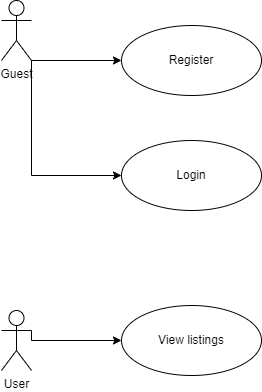
Above: docs/diagrams/use-cases.drawio.png in taurasbear/automotive-marketplace (draw.io), before the change. Source tidied: cells renumbered, new cells last; positions are measured from the earlier drawing's top-left corner, leaving out a move shared by most shapes.
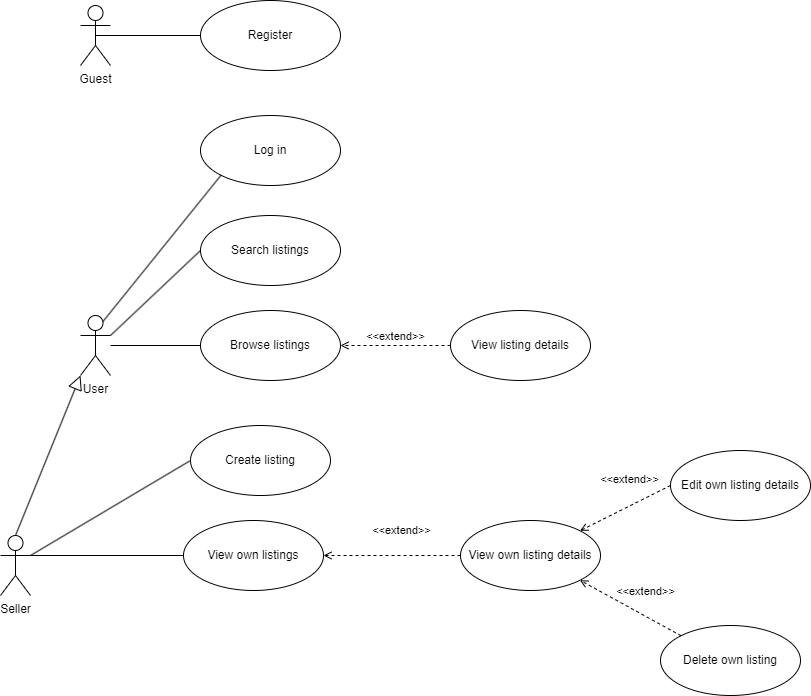
The same diagram one commit later.

Commit message:
Updated use-case diagram with more use-cases and actors.

Diff of the diagram source:
```diff
@@ -2,37 +2,79 @@
   <root>
     <mxCell id="0" />
     <mxCell id="1" parent="0" />
-    <mxCell id="2" style="edgeStyle=orthogonalEdgeStyle;rounded=0;jettySize=auto;html=1;exitX=1;exitY=1;exitDx=0;exitDy=0;exitPerimeter=0;" parent="1" edge="1" source="4" target="5">
-      <mxGeometry relative="1" as="geometry">
-        <Array as="points">
-          <mxPoint x="30" y="60" />
-        </Array>
-      </mxGeometry>
-    </mxCell>
-    <mxCell id="3" style="edgeStyle=orthogonalEdgeStyle;rounded=0;jettySize=auto;html=1;exitX=1;exitY=1;exitDx=0;exitDy=0;exitPerimeter=0;entryX=0;entryY=0.5;entryDx=0;entryDy=0;" parent="1" edge="1" source="4" target="6">
-      <mxGeometry relative="1" as="geometry" />
-    </mxCell>
     <mxCell id="4" value="Guest" style="shape=umlActor;verticalLabelPosition=bottom;verticalAlign=top;html=1;outlineConnect=0;" parent="1" vertex="1">
       <mxGeometry width="30" height="60" as="geometry" />
     </mxCell>
     <mxCell id="5" value="Register" style="ellipse;whiteSpace=wrap;html=1;" parent="1" vertex="1">
-      <mxGeometry x="120" y="25" width="140" height="70" as="geometry" />
+      <mxGeometry x="120" y="-5" width="140" height="70" as="geometry" />
     </mxCell>
-    <mxCell id="6" value="Login" style="ellipse;whiteSpace=wrap;html=1;" parent="1" vertex="1">
-      <mxGeometry x="120" y="140" width="140" height="70" as="geometry" />
+    <mxCell id="6" value="Log i&lt;span style=&quot;background-color: transparent; color: light-dark(rgb(0, 0, 0), rgb(255, 255, 255));&quot;&gt;n&lt;/span&gt;" style="ellipse;whiteSpace=wrap;html=1;" parent="1" vertex="1">
+      <mxGeometry x="120" y="110" width="140" height="70" as="geometry" />
     </mxCell>
-    <mxCell id="7" style="edgeStyle=orthogonalEdgeStyle;rounded=0;jettySize=auto;html=1;exitX=1;exitY=0.3333333333333333;exitDx=0;exitDy=0;exitPerimeter=0;entryX=0;entryY=0.5;entryDx=0;entryDy=0;" parent="1" edge="1" source="8" target="9">
-      <mxGeometry relative="1" as="geometry">
-        <Array as="points">
-          <mxPoint x="30" y="340" />
-        </Array>
-      </mxGeometry>
-    </mxCell>
     <mxCell id="8" value="User" style="shape=umlActor;verticalLabelPosition=bottom;verticalAlign=top;html=1;" parent="1" vertex="1">
       <mxGeometry y="310" width="30" height="60" as="geometry" />
     </mxCell>
-    <mxCell id="9" value="View listings" style="ellipse;whiteSpace=wrap;html=1;" parent="1" vertex="1">
+    <mxCell id="9" value="Browse&lt;span style=&quot;background-color: transparent; color: light-dark(rgb(0, 0, 0), rgb(255, 255, 255));&quot;&gt;&amp;nbsp;listings&lt;/span&gt;" style="ellipse;whiteSpace=wrap;html=1;" parent="1" vertex="1">
       <mxGeometry x="120" y="305" width="140" height="70" as="geometry" />
     </mxCell>
+    <mxCell id="10" style="endArrow=none;html=1;rounded=0;entryX=0.5;entryY=0.5;entryDx=0;entryDy=0;entryPerimeter=0;exitX=0;exitY=0.5;exitDx=0;exitDy=0;" parent="1" edge="1" source="5" target="4">
+      <mxGeometry relative="1" as="geometry" />
+    </mxCell>
+    <mxCell id="11" style="endArrow=none;html=1;rounded=0;entryX=0;entryY=0.5;entryDx=0;entryDy=0;" parent="1" edge="1" target="9">
+      <mxGeometry relative="1" as="geometry">
+        <mxPoint x="30" y="340" as="sourcePoint" />
+      </mxGeometry>
+    </mxCell>
+    <mxCell id="12" style="endArrow=none;html=1;rounded=0;exitX=0.75;exitY=0.1;exitDx=0;exitDy=0;exitPerimeter=0;entryX=0;entryY=1;entryDx=0;entryDy=0;" parent="1" edge="1" source="8" target="6">
+      <mxGeometry relative="1" as="geometry" />
+    </mxCell>
+    <mxCell id="13" value="Create listing" style="ellipse;whiteSpace=wrap;html=1;" parent="1" vertex="1">
+      <mxGeometry x="110" y="420" width="140" height="70" as="geometry" />
+    </mxCell>
+    <mxCell id="14" style="endArrow=none;html=1;rounded=0;entryX=0;entryY=0.5;entryDx=0;entryDy=0;exitX=1;exitY=0.3333333333333333;exitDx=0;exitDy=0;exitPerimeter=0;" parent="1" edge="1" source="27" target="13">
+      <mxGeometry relative="1" as="geometry" />
+    </mxCell>
+    <mxCell id="15" value="View&amp;nbsp;&lt;span style=&quot;background-color: transparent; color: light-dark(rgb(0, 0, 0), rgb(255, 255, 255));&quot;&gt;own listings&lt;/span&gt;" style="ellipse;whiteSpace=wrap;html=1;" parent="1" vertex="1">
+      <mxGeometry x="103" y="515" width="140" height="70" as="geometry" />
+    </mxCell>
+    <mxCell id="16" value="Search listings" style="ellipse;whiteSpace=wrap;html=1;" parent="1" vertex="1">
+      <mxGeometry x="120" y="210" width="140" height="70" as="geometry" />
+    </mxCell>
+    <mxCell id="17" style="endArrow=none;html=1;rounded=0;entryX=0;entryY=0.5;entryDx=0;entryDy=0;exitX=1;exitY=0.3333333333333333;exitDx=0;exitDy=0;exitPerimeter=0;" parent="1" edge="1" source="8" target="16">
+      <mxGeometry relative="1" as="geometry" />
+    </mxCell>
+    <mxCell id="18" value="&amp;lt;&amp;lt;extend&amp;gt;&amp;gt;" style="html=1;verticalAlign=bottom;labelBackgroundColor=none;endArrow=open;endFill=0;dashed=1;rounded=0;entryX=1;entryY=0.5;entryDx=0;entryDy=0;exitX=0;exitY=0.5;exitDx=0;exitDy=0;" parent="1" edge="1" source="19" target="15">
+      <mxGeometry x="-0.14" y="-16" relative="1" as="geometry" />
+    </mxCell>
+    <mxCell id="19" value="View own listing details" style="ellipse;whiteSpace=wrap;html=1;" parent="1" vertex="1">
+      <mxGeometry x="380" y="515" width="140" height="70" as="geometry" />
+    </mxCell>
+    <mxCell id="20" value="Edit own listing details" style="ellipse;whiteSpace=wrap;html=1;" parent="1" vertex="1">
+      <mxGeometry x="590" y="445" width="140" height="70" as="geometry" />
+    </mxCell>
+    <mxCell id="21" value="Delete own listing" style="ellipse;whiteSpace=wrap;html=1;" parent="1" vertex="1">
+      <mxGeometry x="580" y="620" width="140" height="70" as="geometry" />
+    </mxCell>
+    <mxCell id="22" value="&amp;lt;&amp;lt;extend&amp;gt;&amp;gt;" style="html=1;verticalAlign=bottom;labelBackgroundColor=none;endArrow=open;endFill=0;dashed=1;rounded=0;entryX=1;entryY=0;entryDx=0;entryDy=0;exitX=0;exitY=0.5;exitDx=0;exitDy=0;" parent="1" edge="1" source="20" target="19">
+      <mxGeometry x="-0.24" y="-16" relative="1" as="geometry" />
+    </mxCell>
+    <mxCell id="23" value="&amp;lt;&amp;lt;extend&amp;gt;&amp;gt;" style="html=1;verticalAlign=bottom;labelBackgroundColor=none;endArrow=open;endFill=0;dashed=1;rounded=0;entryX=1;entryY=1;entryDx=0;entryDy=0;exitX=0;exitY=0;exitDx=0;exitDy=0;" parent="1" edge="1" source="21" target="19">
+      <mxGeometry x="-0.17" y="-14" relative="1" as="geometry" />
+    </mxCell>
+    <mxCell id="24" style="endArrow=none;html=1;rounded=0;exitX=0;exitY=0.5;exitDx=0;exitDy=0;entryX=1;entryY=0.3333333333333333;entryDx=0;entryDy=0;entryPerimeter=0;" parent="1" edge="1" source="15" target="27">
+      <mxGeometry relative="1" as="geometry" />
+    </mxCell>
+    <mxCell id="25" value="View listing details" style="ellipse;whiteSpace=wrap;html=1;" parent="1" vertex="1">
+      <mxGeometry x="370" y="305" width="140" height="70" as="geometry" />
+    </mxCell>
+    <mxCell id="26" value="&amp;lt;&amp;lt;extend&amp;gt;&amp;gt;" style="html=1;verticalAlign=bottom;labelBackgroundColor=none;endArrow=open;endFill=0;dashed=1;rounded=0;entryX=1;entryY=0.5;entryDx=0;entryDy=0;exitX=0;exitY=0.5;exitDx=0;exitDy=0;" parent="1" edge="1" source="25" target="9">
+      <mxGeometry relative="1" as="geometry" />
+    </mxCell>
+    <mxCell id="27" value="Seller" style="shape=umlActor;verticalLabelPosition=bottom;verticalAlign=top;html=1;" parent="1" vertex="1">
+      <mxGeometry x="-80" y="530" width="30" height="60" as="geometry" />
+    </mxCell>
+    <mxCell id="28" style="edgeStyle=none;html=1;endSize=12;endArrow=block;endFill=0;rounded=0;exitX=0.5;exitY=0;exitDx=0;exitDy=0;exitPerimeter=0;entryX=0;entryY=1;entryDx=0;entryDy=0;entryPerimeter=0;" parent="1" edge="1" source="27" target="8">
+      <mxGeometry relative="1" as="geometry" />
+    </mxCell>
   </root>
 </mxGraphModel>
```
